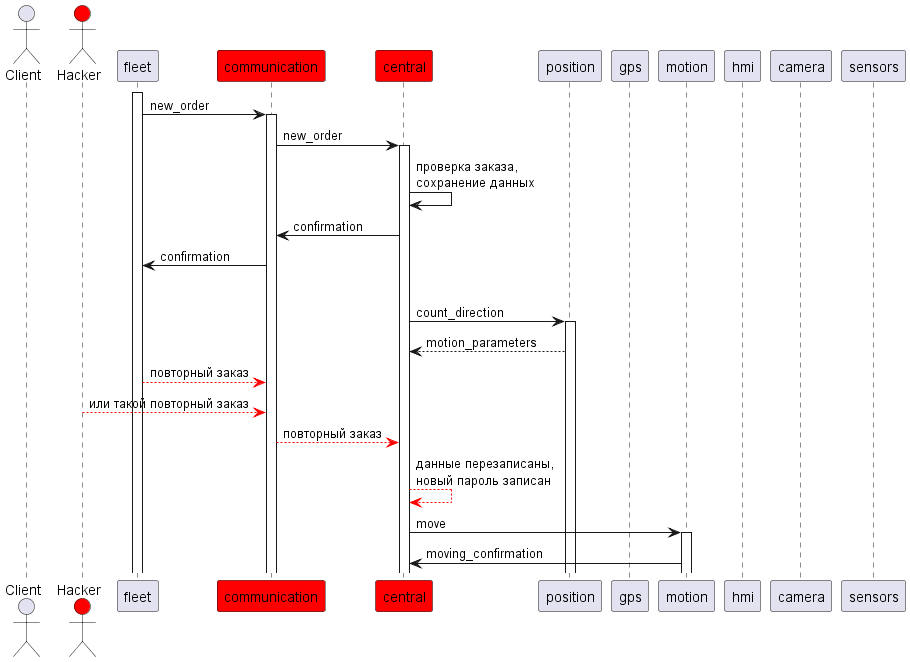
Above: pics/sd_6.png in Fishonground/Delivery (PlantUML), before the change.
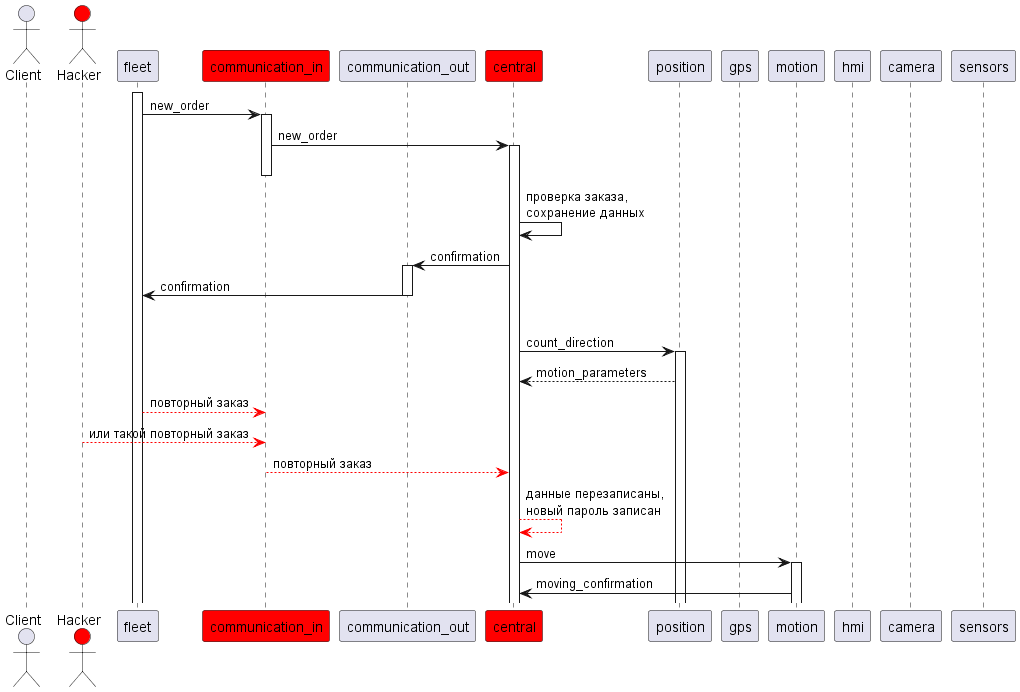
After the change.

What changed in the source:
```diff
@@ -2,7 +2,8 @@
 actor "Client" as c
 actor "Hacker" as h #red
 participant fleet
-participant communication #red
+participant communication_in #red
+participant communication_out
 participant central #red
 participant position
 participant gps
@@ -13,18 +14,19 @@
 
 
 fleet++
-fleet -> communication++: new_order
-communication -> central++: new_order
+fleet -> communication_in++: new_order
+communication_in -> central++: new_order
+communication_in--
 central -> central: проверка заказа,\nсохранение данных
-central -> communication: confirmation
-communication -> fleet: confirmation
-
+central -> communication_out++: confirmation
+communication_out -> fleet: confirmation
+communication_out--
 loop движение к заданной точке x1,y1, пока не достигнем ее
 central -> position++: count_direction
 position --> central: motion_parameters
-fleet -[#red]-> communication: повторный заказ
-h -[#red]-> communication: или такой повторный заказ
-communication -[#red]-> central: повторный заказ
+fleet -[#red]-> communication_in: повторный заказ
+h -[#red]-> communication_in: или такой повторный заказ
+communication_in -[#red]-> central: повторный заказ
 central -[#red]-> central: данные перезаписаны, \nновый пароль записан
 central -> motion++: move
 motion -> central: moving_confirmation
```
